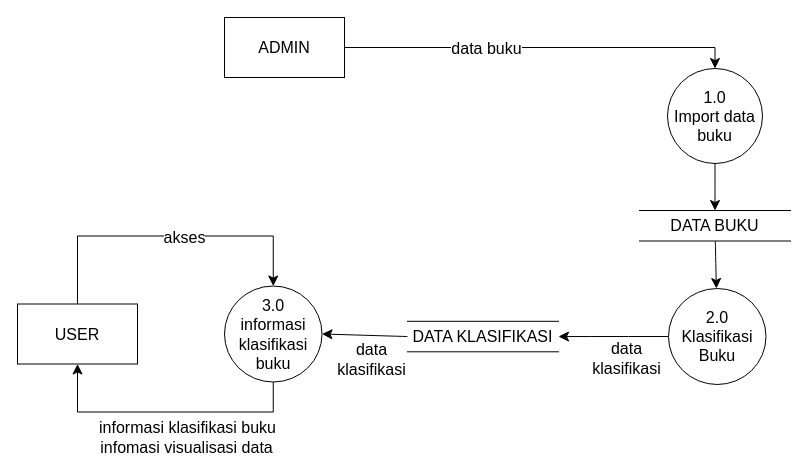
Before: page "Halaman-5" (5 of 5) of Diagram Tanpa Judul.drawio in Naufalzaki05/comicu, a draw.io diagram. Source tidied: cells renumbered, new cells numbered last; positions are measured from the earlier drawing's top-left corner, leaving out a move shared by most shapes. Both pictures are drawn from the tidied source at 100%, with x=0, y=0 at pixel (17, 17).
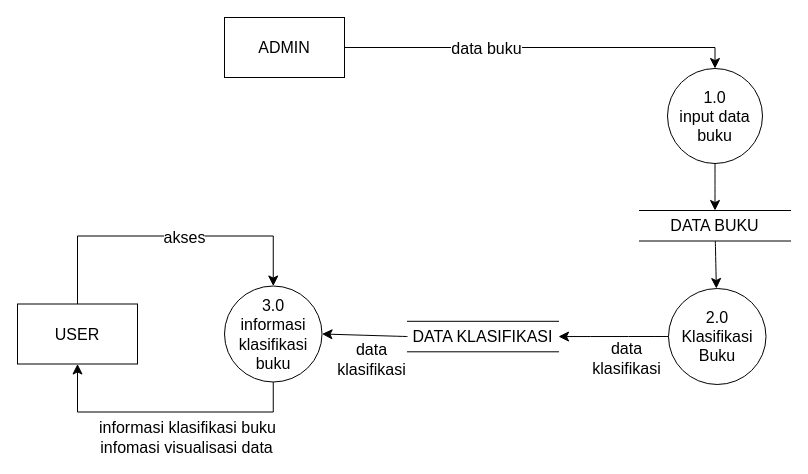
The same page after the edit.

What changed in the source:
```diff
@@
-    <mxCell id="4" value="1.0&lt;br&gt;Import data buku" style="ellipse;whiteSpace=wrap;html=1;fontSize=16;" parent="1" vertex="1">
+    <mxCell id="4" value="1.0&lt;br&gt;input data buku" style="ellipse;whiteSpace=wrap;html=1;fontSize=16;" parent="1" vertex="1">
       <mxGeometry x="650" y="51" width="95" height="95" as="geometry" />
     </mxCell>
```
